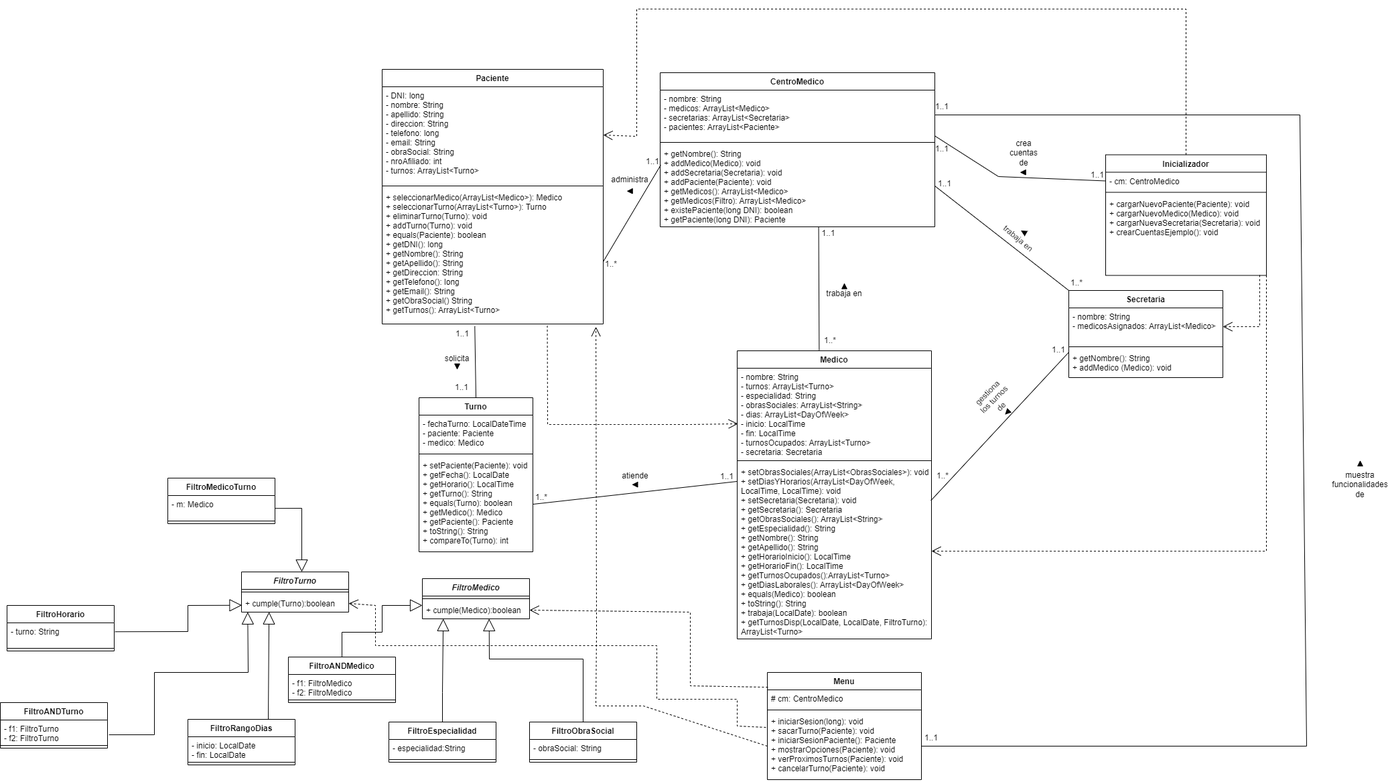
axelOrsingher/TPE_Metodologia keeps this draw.io diagram as DiagramaClaseActual.png. Above is the earlier version. Source tidied: cells renumbered, new cells last; positions are measured from the earlier drawing's top-left corner, leaving out a move shared by most shapes.
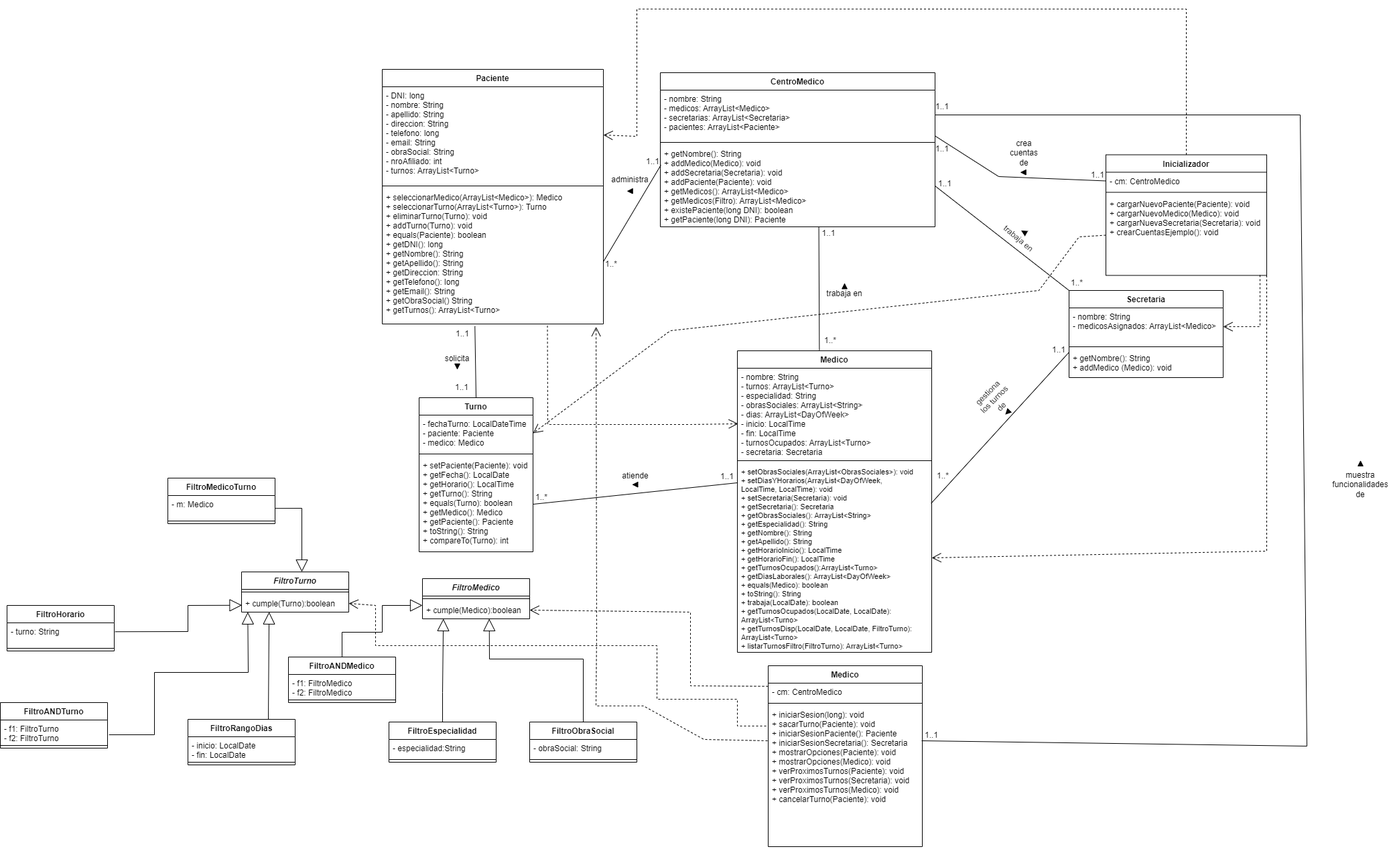
Above is the later version.

Commit message:
Actualizando diagrama de clases de estado actual

The edit, as a diff of the source:
```diff
@@ -39,7 +39,7 @@
       <mxGeometry y="88" width="170" height="142" as="geometry" />
     </mxCell>
     <mxCell id="14" value="Medico" style="swimlane;fontStyle=1;align=center;verticalAlign=top;horizontal=1;startSize=26;" parent="1" vertex="1">
-      <mxGeometry x="1100" y="510" width="290" height="430" as="geometry" />
+      <mxGeometry x="1100" y="510" width="290" height="450" as="geometry" />
     </mxCell>
     <mxCell id="15" value="- nombre: String&#10;- turnos: ArrayList&lt;Turno&gt;&#10;- especialidad: String&#10;- obrasSociales: ArrayList&lt;String&gt;&#10;- dias: ArrayList&lt;DayOfWeek&gt;&#10;- inicio: LocalTime&#10;- fin: LocalTime&#10;- turnosOcupados: ArrayList&lt;Turno&gt;&#10;- secretaria: Secretaria" style="text;strokeColor=none;fillColor=none;align=left;verticalAlign=top;spacingLeft=4;spacingRight=4;overflow=hidden;points=[[0,0.5],[1,0.5]];portConstraint=eastwest;" parent="14" vertex="1">
       <mxGeometry y="26" width="290" height="134" as="geometry" />
@@ -47,8 +47,8 @@
     <mxCell id="16" style="line;strokeWidth=1;fillColor=none;align=left;verticalAlign=middle;spacingTop=-1;spacingLeft=3;spacingRight=3;labelPosition=right;" parent="14" vertex="1">
       <mxGeometry y="160" width="290" height="8" as="geometry" />
     </mxCell>
-    <mxCell id="17" value="+ setObrasSociales(ArrayList&lt;ObrasSociales&gt;): void&#10;+ setDiasYHorarios(ArrayList&lt;DayOfWeek,&#10;LocalTime, LocalTime): void&#10;+ setSecretaria(Secretaria): void&#10;+ getSecretaria(): Secretaria&#10;+ getObrasSociales(): ArrayList&lt;String&gt;&#10;+ getEspecialidad(): String&#10;+ getNombre(): String&#10;+ getApellido(): String&#10;+ getHorarioInicio(): LocalTime&#10;+ getHorarioFin(): LocalTime&#10;+ getTurnosOcupados():ArrayList&lt;Turno&gt;&#10;+ getDiasLaborales(): ArrayList&lt;DayOfWeek&gt;&#10;+ equals(Medico): boolean&#10;+ toString(): String&#10;+ trabaja(LocalDate): boolean&#10;+ getTurnosDisp(LocalDate, LocalDate, FiltroTurno):&#10;ArrayList&lt;Turno&gt;" style="text;strokeColor=none;fillColor=none;align=left;verticalAlign=top;spacingLeft=4;spacingRight=4;overflow=hidden;points=[[0,0.5],[1,0.5]];portConstraint=eastwest;" parent="14" vertex="1">
-      <mxGeometry y="168" width="290" height="262" as="geometry" />
+    <mxCell id="17" value="+ setObrasSociales(ArrayList&lt;ObrasSociales&gt;): void&#10;+ setDiasYHorarios(ArrayList&lt;DayOfWeek,&#10;LocalTime, LocalTime): void&#10;+ setSecretaria(Secretaria): void&#10;+ getSecretaria(): Secretaria&#10;+ getObrasSociales(): ArrayList&lt;String&gt;&#10;+ getEspecialidad(): String&#10;+ getNombre(): String&#10;+ getApellido(): String&#10;+ getHorarioInicio(): LocalTime&#10;+ getHorarioFin(): LocalTime&#10;+ getTurnosOcupados():ArrayList&lt;Turno&gt;&#10;+ getDiasLaborales(): ArrayList&lt;DayOfWeek&gt;&#10;+ equals(Medico): boolean&#10;+ toString(): String&#10;+ trabaja(LocalDate): boolean&#10;+ getTurnosOcupados(LocalDate, LocalDate): &#10;ArrayList&lt;Turno&gt;&#10;+ getTurnosDisp(LocalDate, LocalDate, FiltroTurno):&#10;ArrayList&lt;Turno&gt;&#10;+ listarTurnosFiltro(FiltroTurno): ArrayList&lt;Turno&gt;" style="text;strokeColor=none;fillColor=none;align=left;verticalAlign=top;spacingLeft=4;spacingRight=4;overflow=hidden;points=[[0,0.5],[1,0.5]];portConstraint=eastwest;fontSize=11;" parent="14" vertex="1">
+      <mxGeometry y="168" width="290" height="282" as="geometry" />
     </mxCell>
     <mxCell id="18" value="FiltroMedico" style="swimlane;fontStyle=3;align=center;verticalAlign=top;horizontal=1;startSize=26;" parent="1" vertex="1">
       <mxGeometry x="630" y="850" width="160" height="60" as="geometry" />
@@ -86,9 +86,11 @@
     <mxCell id="29" style="endArrow=none;html=1;rounded=0;exitX=1.001;exitY=0.537;exitDx=0;exitDy=0;exitPerimeter=0;entryX=0.002;entryY=0.245;entryDx=0;entryDy=0;entryPerimeter=0;" parent="1" edge="1" source="5" target="9">
       <mxGeometry relative="1" as="geometry" />
     </mxCell>
-    <mxCell id="30" style="endArrow=open;endSize=12;dashed=1;html=1;rounded=0;entryX=0.967;entryY=1.021;entryDx=0;entryDy=0;entryPerimeter=0;exitX=0;exitY=0.5;exitDx=0;exitDy=0;" parent="1" edge="1" source="68" target="5">
+    <mxCell id="30" style="endArrow=open;endSize=12;dashed=1;html=1;rounded=0;entryX=0.967;entryY=1.021;entryDx=0;entryDy=0;entryPerimeter=0;exitX=0;exitY=0.5;exitDx=0;exitDy=0;" parent="1" edge="1" target="5">
       <mxGeometry x="-0.58" y="-42" relative="1" as="geometry">
+        <mxPoint x="1145" y="1092" as="sourcePoint" />
         <Array as="points">
+          <mxPoint x="1050" y="1090" />
           <mxPoint x="960" y="1040" />
           <mxPoint x="889" y="1040" />
           <mxPoint x="890" y="930" />
@@ -213,20 +215,9 @@
     <mxCell id="64" value="1..1" style="text;html=1;strokeColor=none;fillColor=none;align=center;verticalAlign=middle;whiteSpace=wrap;rounded=0;" parent="1" vertex="1">
       <mxGeometry x="1055" y="682.8" width="60" height="30" as="geometry" />
     </mxCell>
-    <mxCell id="65" value="Menu" style="swimlane;fontStyle=1;align=center;verticalAlign=top;horizontal=1;startSize=26;" parent="1" vertex="1">
-      <mxGeometry x="1145" y="990" width="230" height="160" as="geometry" />
-    </mxCell>
-    <mxCell id="66" value="# cm: CentroMedico" style="text;strokeColor=none;fillColor=none;align=left;verticalAlign=top;spacingLeft=4;spacingRight=4;overflow=hidden;" parent="65" vertex="1">
-      <mxGeometry y="26" width="230" height="26" as="geometry" />
-    </mxCell>
-    <mxCell id="67" style="line;strokeWidth=1;fillColor=none;align=left;verticalAlign=middle;spacingTop=-1;spacingLeft=3;spacingRight=3;labelPosition=right;" parent="65" vertex="1">
-      <mxGeometry y="52" width="230" height="8" as="geometry" />
-    </mxCell>
-    <mxCell id="68" value="+ iniciarSesion(long): void&#10;+ sacarTurno(Paciente): void&#10;+ iniciarSesionPaciente(): Paciente&#10;+ mostrarOpciones(Paciente): void&#10;+ verProximosTurnos(Paciente): void&#10;+ cancelarTurno(Paciente): void" style="text;strokeColor=none;fillColor=none;align=left;verticalAlign=top;spacingLeft=4;spacingRight=4;overflow=hidden;points=[[0,0.5],[1,0.5]];portConstraint=eastwest;" parent="65" vertex="1">
-      <mxGeometry y="60" width="230" height="100" as="geometry" />
-    </mxCell>
-    <mxCell id="69" style="endArrow=none;html=1;rounded=0;exitX=1;exitY=0.5;exitDx=0;exitDy=0;entryX=1;entryY=0.5;entryDx=0;entryDy=0;" parent="1" edge="1" source="68" target="7">
+    <mxCell id="69" style="endArrow=none;html=1;rounded=0;exitX=1;exitY=0.5;exitDx=0;exitDy=0;entryX=1;entryY=0.5;entryDx=0;entryDy=0;" parent="1" edge="1" target="7">
       <mxGeometry relative="1" as="geometry">
+        <mxPoint x="1375" y="1092" as="sourcePoint" />
         <Array as="points">
           <mxPoint x="1950" y="1100" />
           <mxPoint x="1940" y="158" />
@@ -265,7 +256,7 @@
       <mxGeometry x="1376" y="131" width="60" height="30" as="geometry" />
     </mxCell>
     <mxCell id="79" value="1..1" style="text;html=1;strokeColor=none;fillColor=none;align=center;verticalAlign=middle;whiteSpace=wrap;rounded=0;" parent="1" vertex="1">
-      <mxGeometry x="1360" y="1073" width="60" height="30" as="geometry" />
+      <mxGeometry x="1360" y="1069" width="60" height="30" as="geometry" />
     </mxCell>
     <mxCell id="80" value="muestra funcionalidades&lt;br&gt;de" style="text;html=1;strokeColor=none;fillColor=none;align=center;verticalAlign=middle;whiteSpace=wrap;rounded=0;" parent="1" vertex="1">
       <mxGeometry x="2000" y="695" width="60" height="30" as="geometry" />
@@ -371,7 +362,7 @@
         </Array>
       </mxGeometry>
     </mxCell>
-    <mxCell id="106" style="endArrow=open;endSize=12;dashed=1;html=1;rounded=0;entryX=1;entryY=0.5;entryDx=0;entryDy=0;exitX=0.004;exitY=0.138;exitDx=0;exitDy=0;exitPerimeter=0;" parent="1" edge="1" source="65" target="20">
+    <mxCell id="106" style="endArrow=open;endSize=12;dashed=1;html=1;rounded=0;entryX=1;entryY=0.5;entryDx=0;entryDy=0;exitX=0;exitY=0.182;exitDx=0;exitDy=0;exitPerimeter=0;" parent="1" edge="1" source="113" target="20">
       <mxGeometry relative="1" as="geometry">
         <Array as="points">
           <mxPoint x="1030" y="1010" />
@@ -379,8 +370,9 @@
         </Array>
       </mxGeometry>
     </mxCell>
-    <mxCell id="107" style="endArrow=open;endSize=12;dashed=1;html=1;rounded=0;exitX=-0.009;exitY=0.22;exitDx=0;exitDy=0;exitPerimeter=0;entryX=1;entryY=0.5;entryDx=0;entryDy=0;" parent="1" edge="1" source="68" target="85">
+    <mxCell id="107" style="endArrow=open;endSize=12;dashed=1;html=1;rounded=0;entryX=1;entryY=0.5;entryDx=0;entryDy=0;" parent="1" edge="1" target="85">
       <mxGeometry relative="1" as="geometry">
+        <mxPoint x="1143" y="1070" as="sourcePoint" />
         <Array as="points">
           <mxPoint x="1100" y="1070" />
           <mxPoint x="1100" y="1030" />
@@ -418,5 +410,26 @@
         </Array>
       </mxGeometry>
     </mxCell>
+    <mxCell id="111" style="endArrow=open;endSize=12;dashed=1;html=1;rounded=0;exitX=0;exitY=0.5;exitDx=0;exitDy=0;entryX=1;entryY=0.5;entryDx=0;entryDy=0;" parent="1" edge="1" source="73" target="11">
+      <mxGeometry relative="1" as="geometry">
+        <Array as="points">
+          <mxPoint x="1610" y="340" />
+          <mxPoint x="1550" y="420" />
+          <mxPoint x="1000" y="480" />
+        </Array>
+      </mxGeometry>
+    </mxCell>
+    <mxCell id="112" value="Medico" style="swimlane;fontStyle=1;align=center;verticalAlign=top;horizontal=1;startSize=26;fontSize=12;" parent="1" vertex="1">
+      <mxGeometry x="1146" y="980" width="230" height="270" as="geometry" />
+    </mxCell>
+    <mxCell id="113" value="- cm: CentroMedico" style="text;strokeColor=none;fillColor=none;align=left;verticalAlign=top;spacingLeft=4;spacingRight=4;overflow=hidden;points=[[0,0.5],[1,0.5]];portConstraint=eastwest;fontSize=12;" parent="112" vertex="1">
+      <mxGeometry y="26" width="230" height="26" as="geometry" />
+    </mxCell>
+    <mxCell id="114" style="line;strokeWidth=1;fillColor=none;align=left;verticalAlign=middle;spacingTop=-1;spacingLeft=3;spacingRight=3;labelPosition=right;fontSize=8;" parent="112" vertex="1">
+      <mxGeometry y="52" width="230" height="8" as="geometry" />
+    </mxCell>
+    <mxCell id="115" value="+ iniciarSesion(long): void&#10;+ sacarTurno(Paciente): void&#10;+ iniciarSesionPaciente(): Paciente&#10;+ iniciarSesionSecretaria(): Secretaria&#10;+ mostrarOpciones(Paciente): void&#10;+ mostrarOpciones(Medico): void&#10;+ verProximosTurnos(Paciente): void&#10;+ verProximosTurnos(Secretaria): void&#10;+ verProximosTurnos(Medico): void&#10;+ cancelarTurno(Paciente): void" style="text;strokeColor=none;fillColor=none;align=left;verticalAlign=top;spacingLeft=4;spacingRight=4;overflow=hidden;fontSize=12;" parent="112" vertex="1">
+      <mxGeometry y="60" width="230" height="210" as="geometry" />
+    </mxCell>
   </root>
 </mxGraphModel>
```
